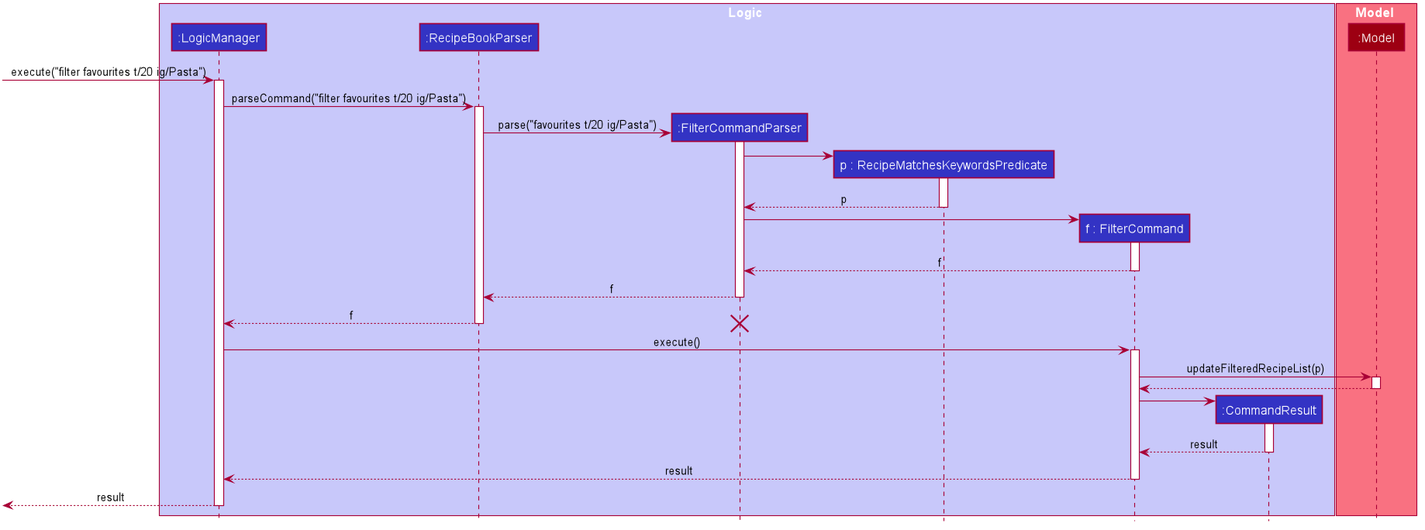
Before: docs/images/AdvancedFilterSequenceDiagram.png, a diagram exported from PlantUML (nus-cs2103-AY1920S2/addressbook-level3).
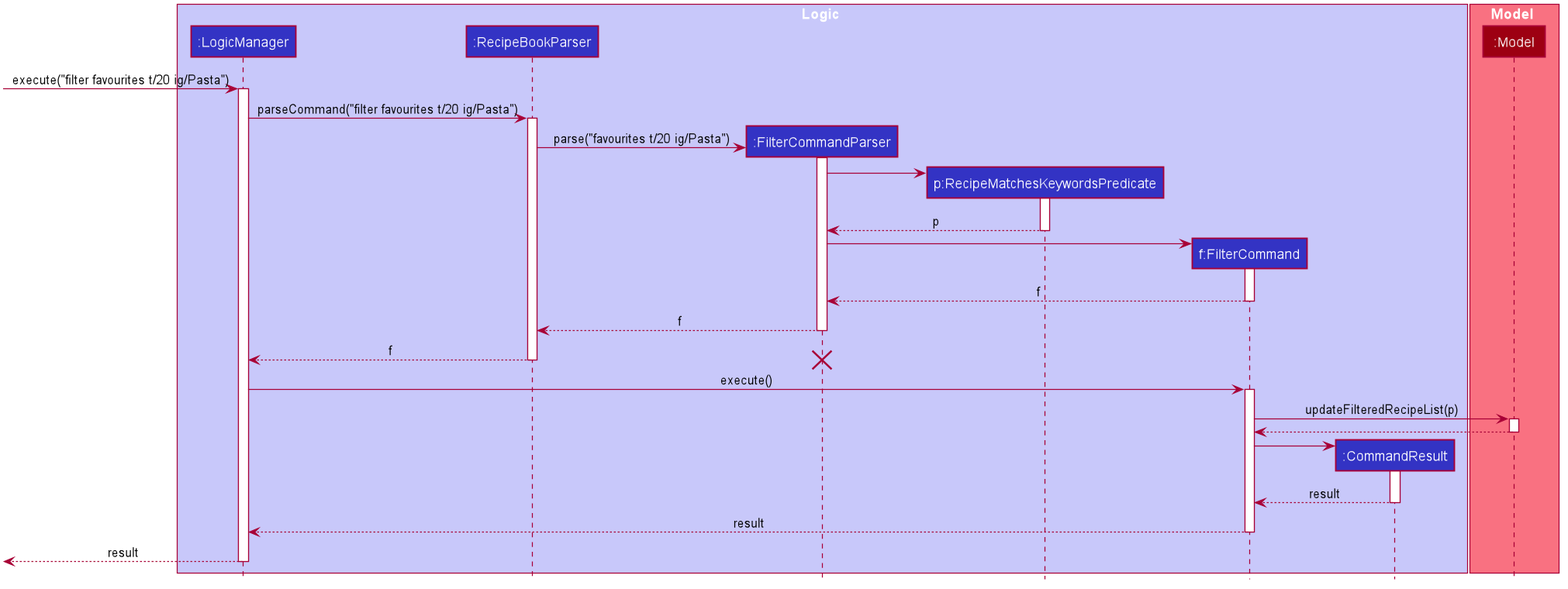
After the commit.

Change to the diagram source:
```diff
@@ -52,8 +52,8 @@
 participant ":LogicManager" as LogicManager #3333C4
 participant ":RecipeBookParser" as RecipeBookParser #3333C4
 participant ":FilterCommandParser" as FilterCommandParser #3333C4
-participant "p : RecipeMatchesKeywordsPredicate" as RecipeMatchesKeywordsPredicate #3333C4
-participant "f : FilterCommand" as FilterCommand #3333C4
+participant "p:RecipeMatchesKeywordsPredicate" as RecipeMatchesKeywordsPredicate #3333C4
+participant "f:FilterCommand" as FilterCommand #3333C4
 participant ":CommandResult" as CommandResult #3333C4
 end box
 
```
